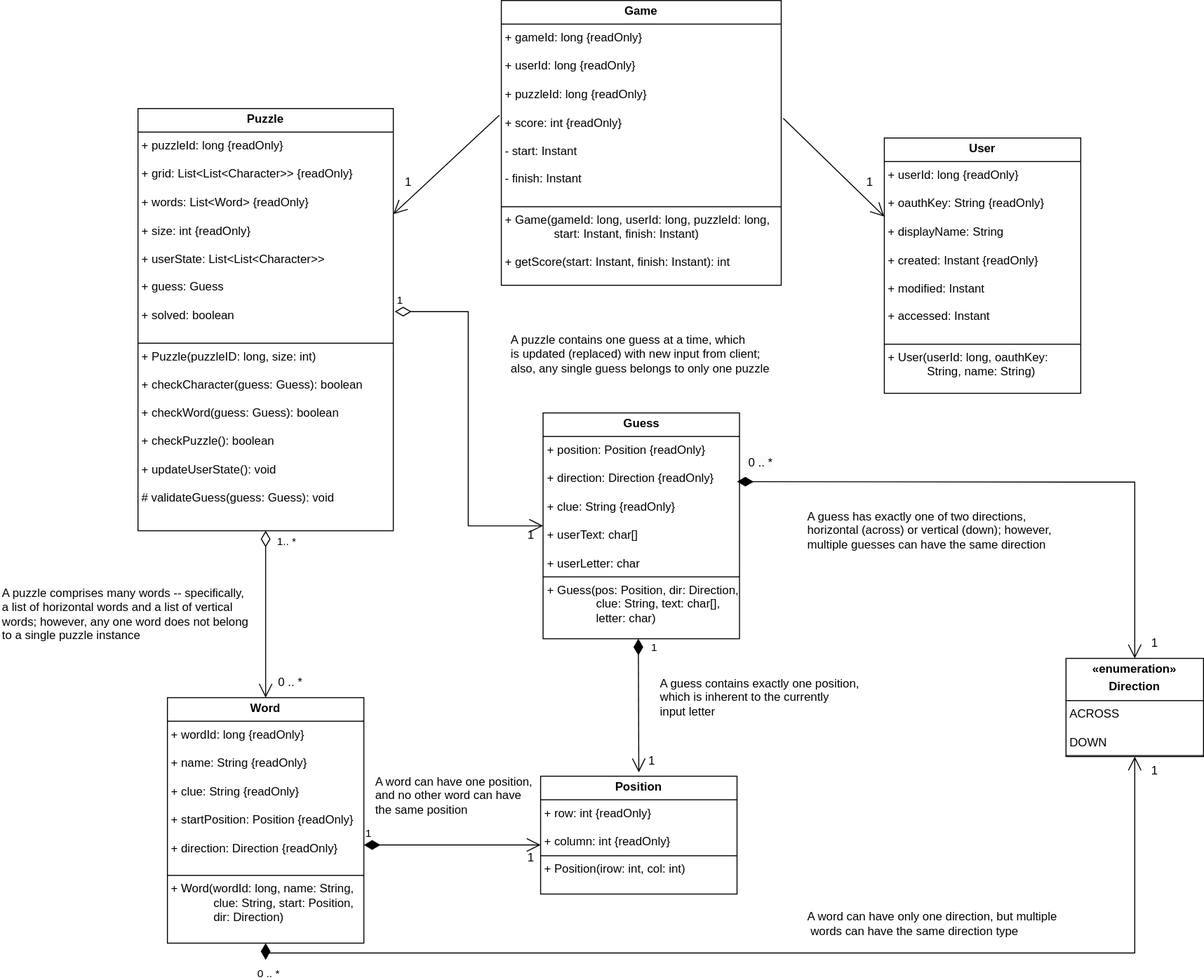
Earlier version of the draw.io export docs/img/CrossFyre-UML-SVG.svg (ddc-java-21/crossfyre). Source tidied: cells renumbered, new cells last; positions are measured from the earlier drawing's top-left corner, leaving out a move shared by most shapes.
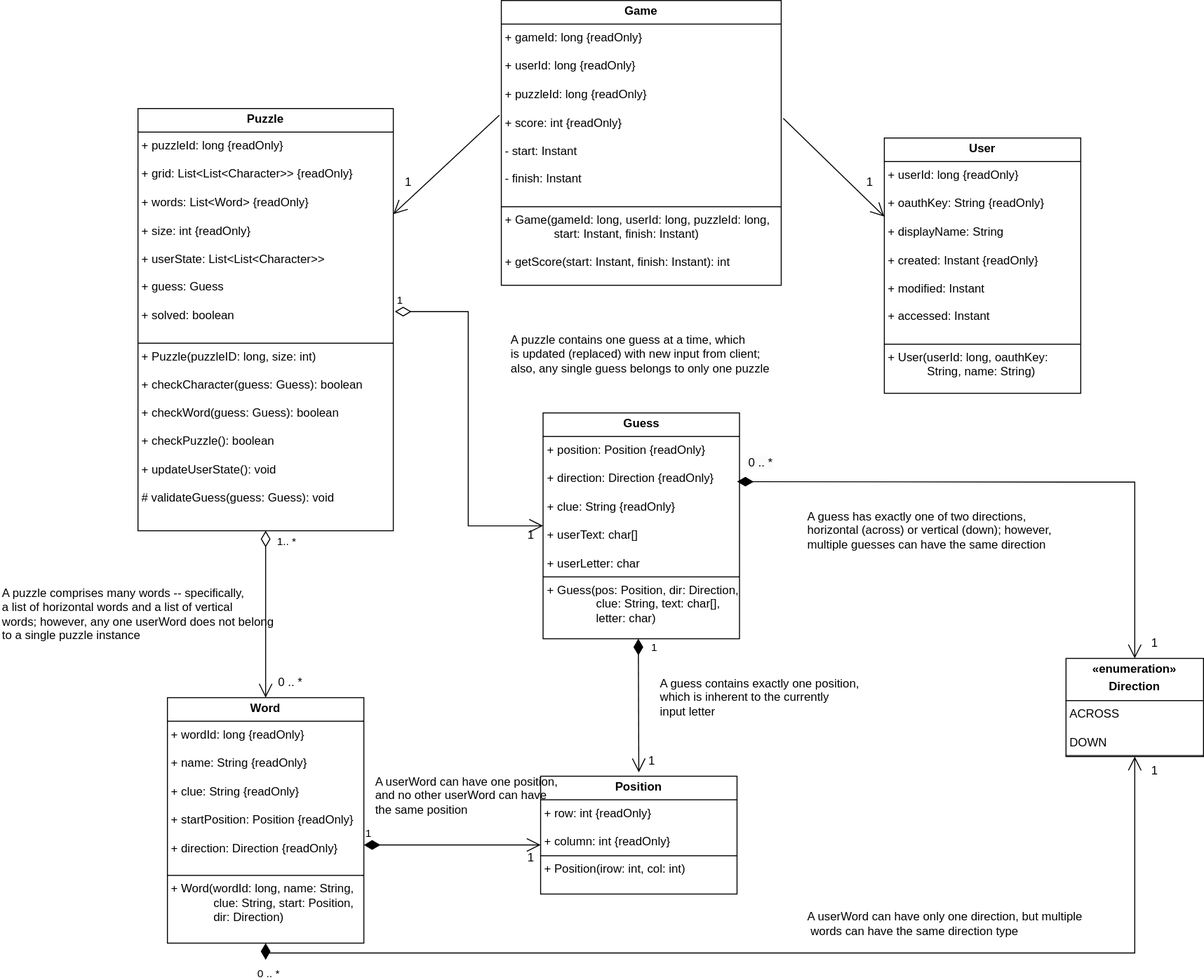
Later version of the same file.

Commit message:
Added Game.java and refactored Word to UserWord.java in all classes

Diff of the diagram source:
```diff
@@ -57,7 +57,7 @@
     <mxCell id="18" value="0 .. *" style="text;html=1;align=center;verticalAlign=middle;strokeColor=none;fillColor=none;" parent="1" vertex="1">
       <mxGeometry x="270" y="680" width="50" height="30" as="geometry" />
     </mxCell>
-    <mxCell id="19" value="A puzzle comprises many words -- specifically,&lt;div&gt;a list of horizontal words and a list of vertical&lt;/div&gt;&lt;div&gt;words; however, any one word does not belong&lt;/div&gt;&lt;div&gt;to a single puzzle instance&lt;/div&gt;" style="text;html=1;align=left;verticalAlign=middle;strokeColor=none;fillColor=none;" parent="1" vertex="1">
+    <mxCell id="19" value="A puzzle comprises many words -- specifically,&lt;div&gt;a list of horizontal words and a list of vertical&lt;/div&gt;&lt;div&gt;words; however, any one userWord does not belong&lt;/div&gt;&lt;div&gt;to a single puzzle instance&lt;/div&gt;" style="text;html=1;align=left;verticalAlign=middle;strokeColor=none;fillColor=none;" parent="1" vertex="1">
       <mxGeometry y="590" width="270" height="70" as="geometry" />
     </mxCell>
     <mxCell id="20" value="A puzzle contains one guess at a time, which&lt;div&gt;is updated (replaced) with new input from client;&amp;nbsp;&lt;/div&gt;&lt;div&gt;also, any single guess belongs to only one puzzle&lt;/div&gt;" style="text;html=1;align=left;verticalAlign=middle;strokeColor=none;fillColor=none;" parent="1" vertex="1">
@@ -77,13 +77,13 @@
     <mxCell id="23" value="1" style="text;html=1;align=center;verticalAlign=middle;strokeColor=none;fillColor=none;" parent="1" vertex="1">
       <mxGeometry x="1160" y="770" width="30" height="30" as="geometry" />
     </mxCell>
-    <mxCell id="24" value="A word can have only one direction, but multiple&lt;div&gt;&amp;nbsp;words can have the same direction type&lt;/div&gt;" style="text;html=1;align=left;verticalAlign=middle;strokeColor=none;fillColor=none;" parent="1" vertex="1">
+    <mxCell id="24" value="A userWord can have only one direction, but multiple&lt;div&gt;&amp;nbsp;words can have the same direction type&lt;/div&gt;" style="text;html=1;align=left;verticalAlign=middle;strokeColor=none;fillColor=none;" parent="1" vertex="1">
       <mxGeometry x="820" y="920" width="280" height="40" as="geometry" />
     </mxCell>
     <mxCell id="25" value="1" style="text;html=1;align=center;verticalAlign=middle;strokeColor=none;fillColor=none;" parent="1" vertex="1">
       <mxGeometry x="525" y="858" width="30" height="30" as="geometry" />
     </mxCell>
-    <mxCell id="26" value="A word can have one position,&amp;nbsp;&lt;div&gt;and&amp;nbsp;&lt;span style=&quot;background-color: transparent; color: light-dark(rgb(0, 0, 0), rgb(255, 255, 255));&quot;&gt;no other word can have&amp;nbsp;&lt;/span&gt;&lt;/div&gt;&lt;div&gt;&lt;span style=&quot;background-color: transparent; color: light-dark(rgb(0, 0, 0), rgb(255, 255, 255));&quot;&gt;the same&amp;nbsp;&lt;/span&gt;&lt;span style=&quot;background-color: transparent; color: light-dark(rgb(0, 0, 0), rgb(255, 255, 255));&quot;&gt;position&lt;/span&gt;&lt;/div&gt;" style="text;html=1;align=left;verticalAlign=middle;strokeColor=none;fillColor=none;" parent="1" vertex="1">
+    <mxCell id="26" value="A userWord can have one position,&amp;nbsp;&lt;div&gt;and&amp;nbsp;&lt;span style=&quot;background-color: transparent; color: light-dark(rgb(0, 0, 0), rgb(255, 255, 255));&quot;&gt;no other userWord can have&amp;nbsp;&lt;/span&gt;&lt;/div&gt;&lt;div&gt;&lt;span style=&quot;background-color: transparent; color: light-dark(rgb(0, 0, 0), rgb(255, 255, 255));&quot;&gt;the same&amp;nbsp;&lt;/span&gt;&lt;span style=&quot;background-color: transparent; color: light-dark(rgb(0, 0, 0), rgb(255, 255, 255));&quot;&gt;position&lt;/span&gt;&lt;/div&gt;" style="text;html=1;align=left;verticalAlign=middle;strokeColor=none;fillColor=none;" parent="1" vertex="1">
       <mxGeometry x="380" y="780" width="190" height="60" as="geometry" />
     </mxCell>
     <mxCell id="27" style="endArrow=open;endFill=1;endSize=12;html=1;rounded=0;exitX=-0.007;exitY=0.403;exitDx=0;exitDy=0;exitPerimeter=0;entryX=1;entryY=0.25;entryDx=0;entryDy=0;" parent="1" edge="1" source="3" target="4">
```
